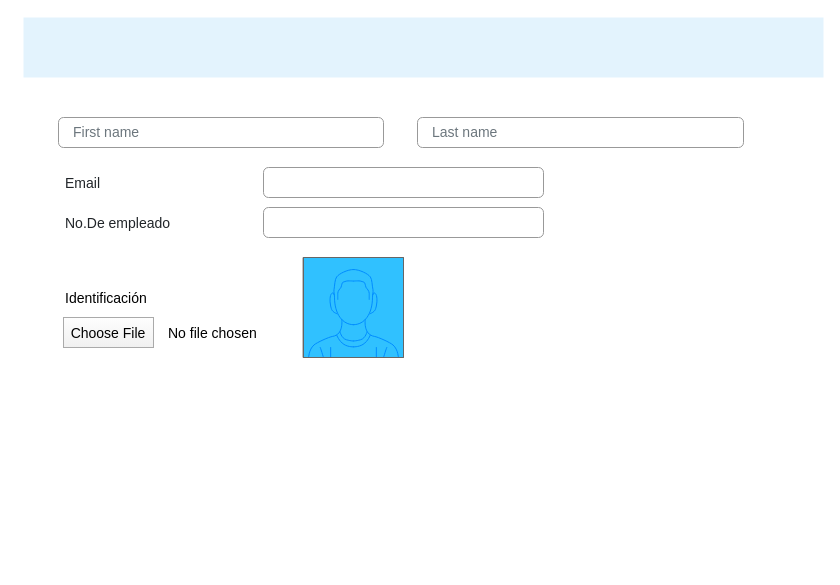
Before: page "Recover" (2 of 6) of Untitled Diagram.drawio in GwenBZ/AccesoEmpresa, a draw.io diagram. Source tidied: cells renumbered, new cells numbered last; positions are measured from the earlier drawing's top-left corner, leaving out a move shared by most shapes. Both pictures are drawn from the tidied source at 100%, with x=0, y=0 at pixel (23, 17).
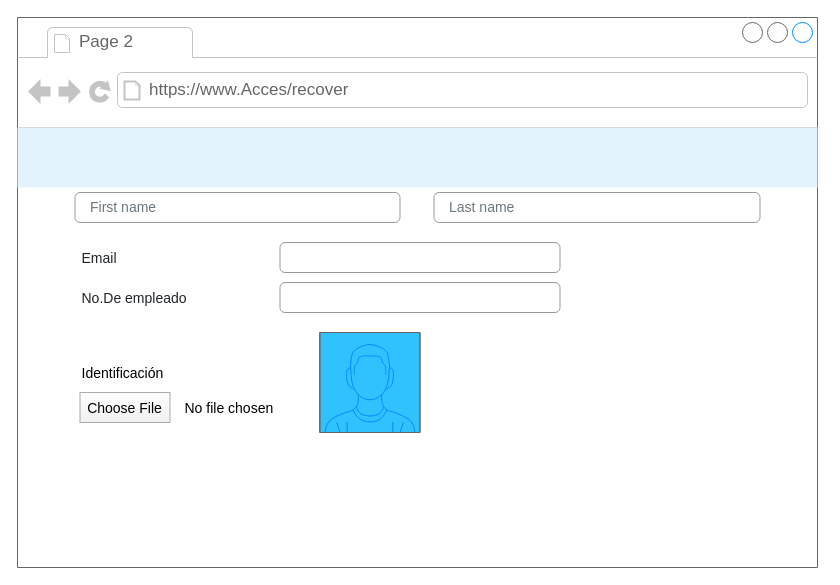
The same diagram, later.

Change to the diagram source:
```diff
@@
 <mxGraphModel>
   <root>
     <mxCell id="0" />
     <mxCell id="1" parent="0" />
+    <mxCell id="13" style="strokeWidth=1;shadow=0;dashed=0;align=center;html=1;shape=mxgraph.mockup.containers.browserWindow;rSize=0;strokeColor=#666666;strokeColor2=#008cff;strokeColor3=#c4c4c4;mainText=,;" parent="1" vertex="1">
+      <mxGeometry x="-6" width="800" height="550" as="geometry" />
+    </mxCell>
+    <mxCell id="14" value="Page 2" style="strokeWidth=1;shadow=0;dashed=0;align=center;html=1;shape=mxgraph.mockup.containers.anchor;fontSize=17;fontColor=#666666;align=left;" parent="13" vertex="1">
+      <mxGeometry x="60" y="12" width="110" height="26" as="geometry" />
+    </mxCell>
+    <mxCell id="15" value="https://www.Acces/recover" style="strokeWidth=1;shadow=0;dashed=0;align=center;html=1;shape=mxgraph.mockup.containers.anchor;rSize=0;fontSize=17;fontColor=#666666;align=left;" parent="13" vertex="1">
+      <mxGeometry x="130" y="60" width="250" height="26" as="geometry" />
+    </mxCell>
-    <mxCell id="2" style="html=1;shadow=0;dashed=0;fillColor=#E3F3FD;strokeColor=none;fontSize=16;fontColor=#161819;align=left;spacing=15;" parent="1" vertex="1">
-      <mxGeometry width="800" height="60" as="geometry" />
+    <mxCell id="2" style="html=1;shadow=0;dashed=0;fillColor=#E3F3FD;strokeColor=none;fontSize=16;fontColor=#161819;align=left;spacing=15;" parent="13" vertex="1">
+      <mxGeometry y="110" width="800" height="60" as="geometry" />
     </mxCell>
-    <mxCell id="3" value="First name" style="html=1;shadow=0;dashed=0;shape=mxgraph.bootstrap.rrect;rSize=5;fillColor=none;strokeColor=#999999;align=left;spacing=15;fontSize=14;fontColor=#6C767D;" parent="1" vertex="1">
-      <mxGeometry x="35" y="100" width="325" height="30" as="geometry" />
+    <mxCell id="3" value="First name" style="html=1;shadow=0;dashed=0;shape=mxgraph.bootstrap.rrect;rSize=5;fillColor=none;strokeColor=#999999;align=left;spacing=15;fontSize=14;fontColor=#6C767D;" parent="13" vertex="1">
+      <mxGeometry x="57.5" y="175" width="325" height="30" as="geometry" />
     </mxCell>
-    <mxCell id="4" value="Last name" style="html=1;shadow=0;dashed=0;shape=mxgraph.bootstrap.rrect;rSize=5;fillColor=none;strokeColor=#999999;align=left;spacing=15;fontSize=14;fontColor=#6C767D;" parent="1" vertex="1">
-      <mxGeometry x="394" y="100" width="326" height="30" as="geometry" />
+    <mxCell id="4" value="Last name" style="html=1;shadow=0;dashed=0;shape=mxgraph.bootstrap.rrect;rSize=5;fillColor=none;strokeColor=#999999;align=left;spacing=15;fontSize=14;fontColor=#6C767D;" parent="13" vertex="1">
+      <mxGeometry x="416.5" y="175" width="326" height="30" as="geometry" />
     </mxCell>
-    <mxCell id="5" value="Email" style="fillColor=none;strokeColor=none;align=left;fontSize=14;fontColor=#212529;" parent="1" vertex="1">
-      <mxGeometry x="40" y="150" width="200" height="30" as="geometry" />
+    <mxCell id="5" value="Email" style="fillColor=none;strokeColor=none;align=left;fontSize=14;fontColor=#212529;" parent="13" vertex="1">
+      <mxGeometry x="62.5" y="225" width="200" height="30" as="geometry" />
     </mxCell>
-    <mxCell id="6" style="html=1;shadow=0;dashed=0;shape=mxgraph.bootstrap.rrect;rSize=5;fillColor=none;strokeColor=#999999;align=left;spacing=15;fontSize=14;fontColor=#6C767D;" parent="1" vertex="1">
-      <mxGeometry x="240" y="150" width="280" height="30" as="geometry" />
+    <mxCell id="6" style="html=1;shadow=0;dashed=0;shape=mxgraph.bootstrap.rrect;rSize=5;fillColor=none;strokeColor=#999999;align=left;spacing=15;fontSize=14;fontColor=#6C767D;" parent="13" vertex="1">
+      <mxGeometry x="262.5" y="225" width="280" height="30" as="geometry" />
     </mxCell>
-    <mxCell id="7" value="Identificación" style="fillColor=none;strokeColor=none;align=left;fontSize=14;" parent="1" vertex="1">
-      <mxGeometry x="40" y="260" width="150" height="40" as="geometry" />
+    <mxCell id="7" value="Identificación" style="fillColor=none;strokeColor=none;align=left;fontSize=14;" parent="13" vertex="1">
+      <mxGeometry x="62.5" y="335" width="150" height="40" as="geometry" />
     </mxCell>
-    <mxCell id="8" value="Choose File" style="fillColor=#FEFEFE;strokeColor=#AAAAAA;fontSize=14;gradientColor=#F0F0F0;" parent="1" vertex="1">
-      <mxGeometry x="40" y="300" width="90" height="30" as="geometry" />
+    <mxCell id="8" value="Choose File" style="fillColor=#FEFEFE;strokeColor=#AAAAAA;fontSize=14;gradientColor=#F0F0F0;" parent="13" vertex="1">
+      <mxGeometry x="62.5" y="375" width="90" height="30" as="geometry" />
     </mxCell>
-    <mxCell id="9" value="No file chosen" style="fillColor=none;strokeColor=none;align=left;fontSize=14;spacing=5;" parent="1" vertex="1">
-      <mxGeometry x="140" y="300" width="100" height="30" as="geometry" />
+    <mxCell id="9" value="No file chosen" style="fillColor=none;strokeColor=none;align=left;fontSize=14;spacing=5;" parent="13" vertex="1">
+      <mxGeometry x="162.5" y="375" width="100" height="30" as="geometry" />
     </mxCell>
-    <mxCell id="10" value="No.De empleado" style="fillColor=none;strokeColor=none;align=left;fontSize=14;fontColor=#212529;" parent="1" vertex="1">
-      <mxGeometry x="40" y="190" width="200" height="30" as="geometry" />
+    <mxCell id="10" value="No.De empleado" style="fillColor=none;strokeColor=none;align=left;fontSize=14;fontColor=#212529;" parent="13" vertex="1">
+      <mxGeometry x="62.5" y="265" width="200" height="30" as="geometry" />
     </mxCell>
-    <mxCell id="11" style="html=1;shadow=0;dashed=0;shape=mxgraph.bootstrap.rrect;rSize=5;fillColor=none;strokeColor=#999999;align=left;spacing=15;fontSize=14;fontColor=#6C767D;" parent="1" vertex="1">
-      <mxGeometry x="240" y="190" width="280" height="30" as="geometry" />
+    <mxCell id="11" style="html=1;shadow=0;dashed=0;shape=mxgraph.bootstrap.rrect;rSize=5;fillColor=none;strokeColor=#999999;align=left;spacing=15;fontSize=14;fontColor=#6C767D;" parent="13" vertex="1">
+      <mxGeometry x="262.5" y="265" width="280" height="30" as="geometry" />
     </mxCell>
-    <mxCell id="12" style="verticalLabelPosition=bottom;shadow=0;dashed=0;align=center;html=1;verticalAlign=top;strokeWidth=1;shape=mxgraph.mockup.containers.userMale;strokeColor=#666666;strokeColor2=#008cff;fillColor=#30C1FF;" parent="1" vertex="1">
-      <mxGeometry x="280" y="240" width="100" height="100" as="geometry" />
+    <mxCell id="12" style="verticalLabelPosition=bottom;shadow=0;dashed=0;align=center;html=1;verticalAlign=top;strokeWidth=1;shape=mxgraph.mockup.containers.userMale;strokeColor=#666666;strokeColor2=#008cff;fillColor=#30C1FF;" parent="13" vertex="1">
+      <mxGeometry x="302.5" y="315" width="100" height="100" as="geometry" />
     </mxCell>
   </root>
 </mxGraphModel>
```
